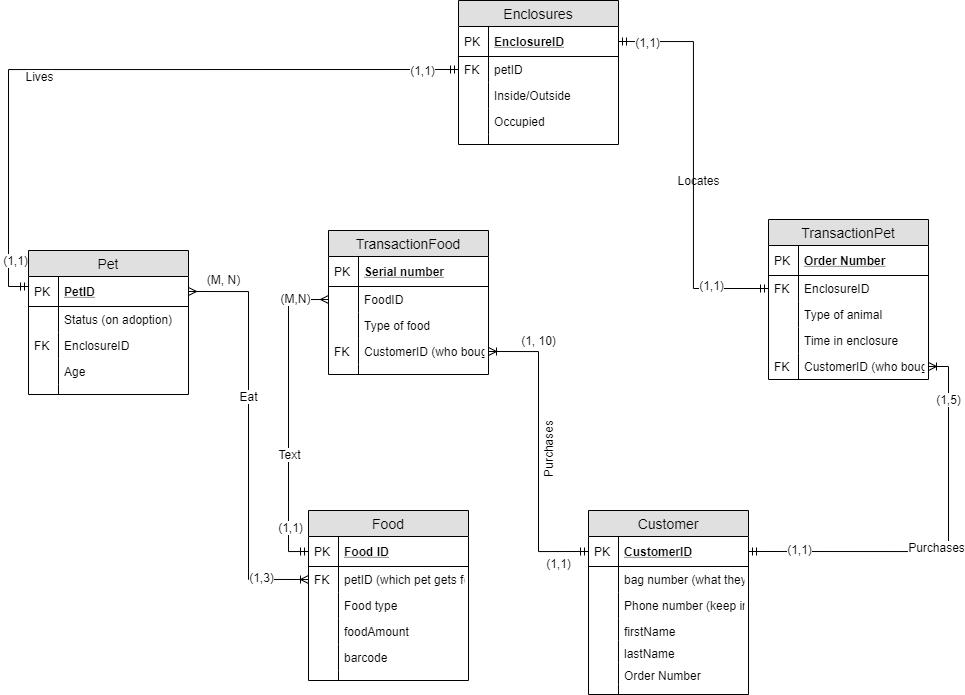
The draw.io diagram PETS folder/Untitled Diagram.png in ChrisGreer1/Pet-ERD, before a commit. Source tidied: cells renumbered, new cells last; positions are measured from the earlier drawing's top-left corner, leaving out a move shared by most shapes.
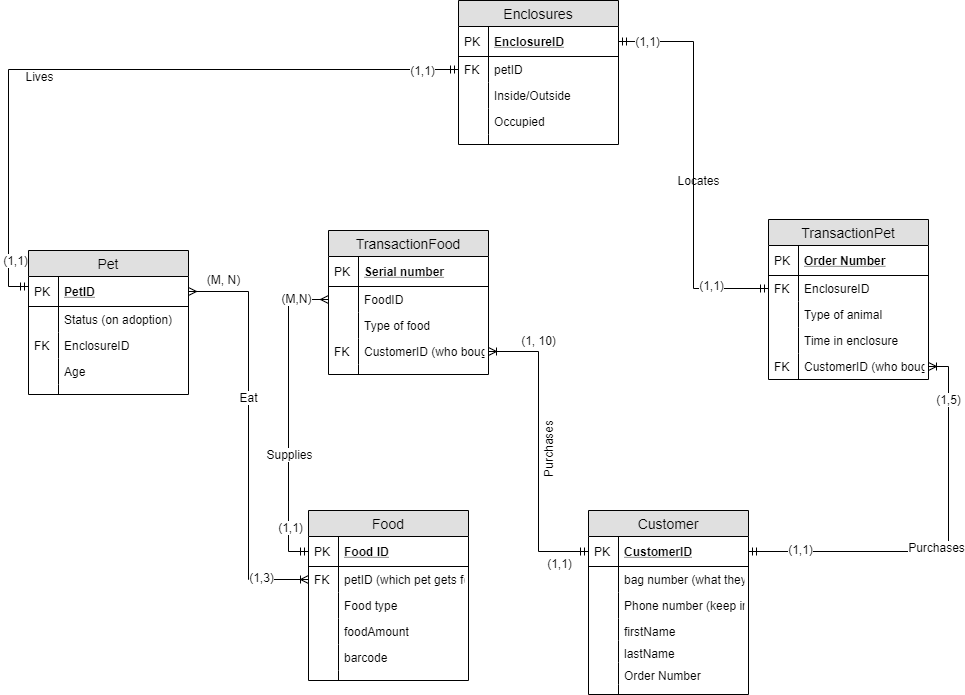
Later version of the same file.

The edit, as a diff of the source:
```diff
@@ -261,7 +261,7 @@
     <mxCell id="86" value="(1,1)" style="text;html=1;align=center;verticalAlign=middle;labelBackgroundColor=#ffffff;" parent="84" vertex="1">
       <mxGeometry x="-0.71" y="-1" relative="1" as="geometry" />
     </mxCell>
-    <mxCell id="87" value="Text" style="text;html=1;align=center;verticalAlign=middle;labelBackgroundColor=#ffffff;" parent="84" vertex="1">
+    <mxCell id="87" value="Supplies" style="text;html=1;align=center;verticalAlign=middle;labelBackgroundColor=#ffffff;" parent="84" vertex="1">
       <mxGeometry x="-0.25" relative="1" as="geometry" />
     </mxCell>
     <mxCell id="88" style="edgeStyle=orthogonalEdgeStyle;rounded=0;jettySize=auto;html=1;exitX=1;exitY=0.5;exitDx=0;exitDy=0;entryX=0;entryY=0.5;entryDx=0;entryDy=0;endArrow=ERmandOne;endFill=0;startArrow=ERmandOne;startFill=0;" parent="1" edge="1" source="60" target="51">
```
